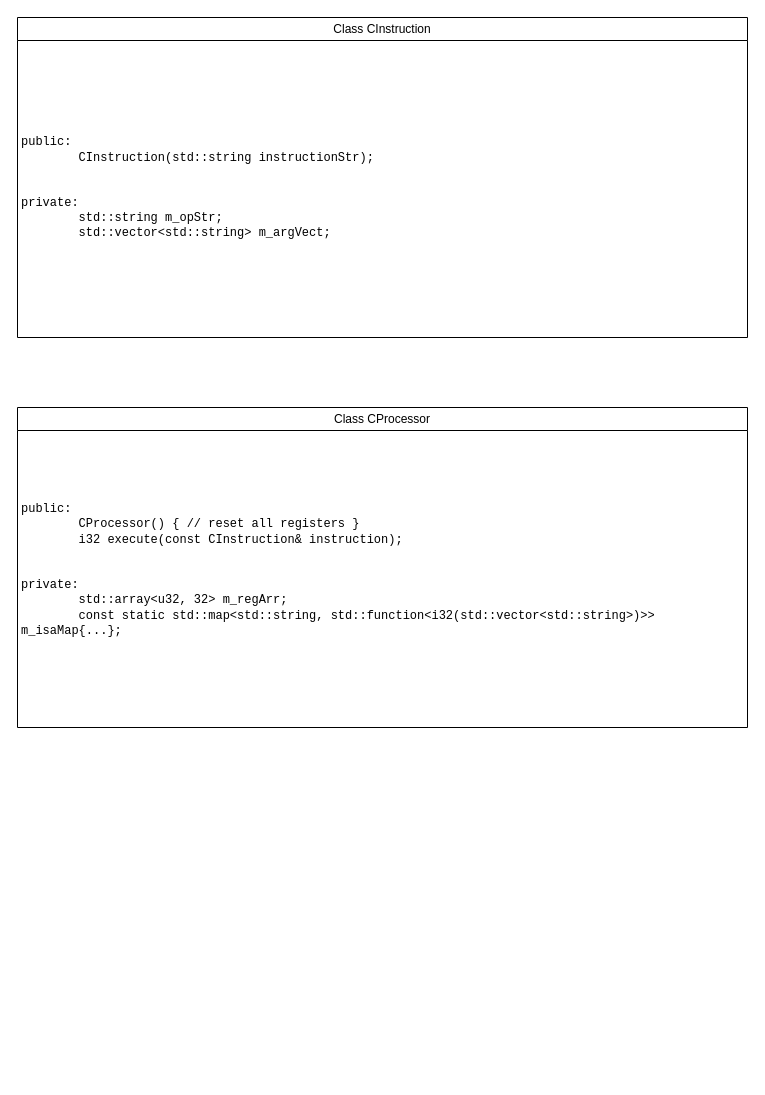
Earlier version of the draw.io diagram diagrams/OOP-architecture.drawio (AliEmad2002/MIPS-EMU). Source tidied: cells renumbered, new cells numbered last; positions are measured from the earlier drawing's top-left corner, leaving out a move shared by most shapes. Both pictures are drawn from the tidied source at 100%, with x=0, y=0 at pixel (17, 17).
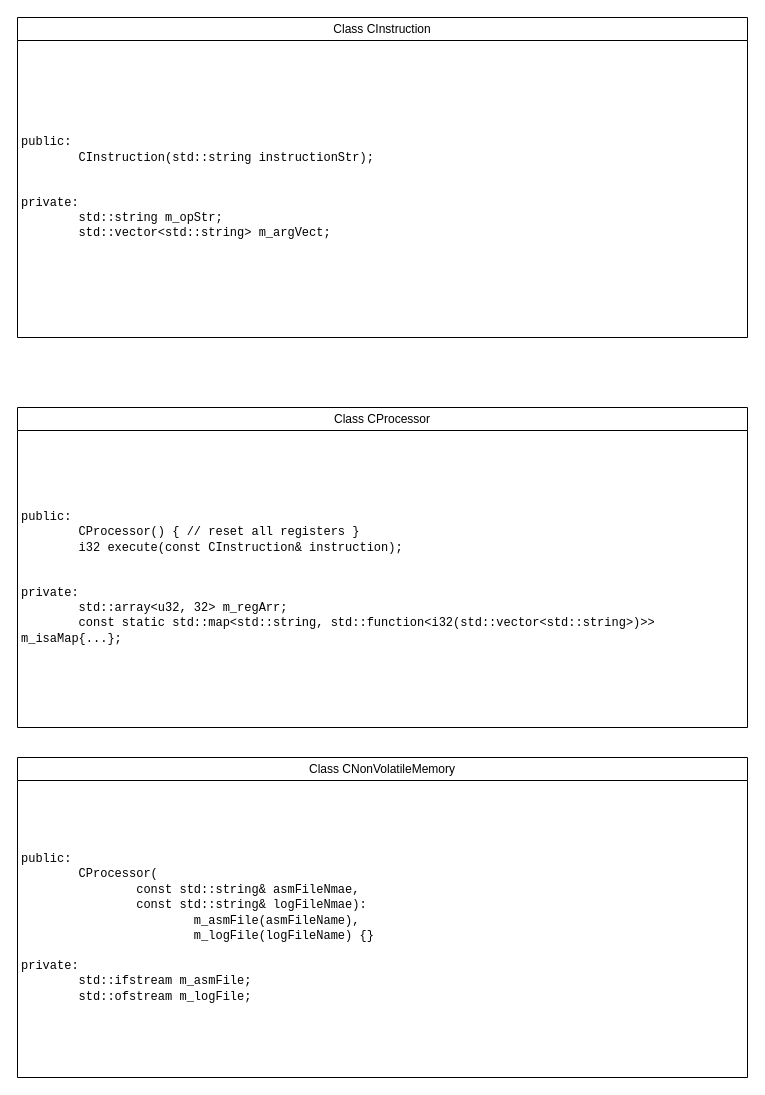
The same diagram, later.

The edit, as a diff of the source:
```diff
@@
 <mxGraphModel>
   <root>
     <mxCell id="0" />
     <mxCell id="1" parent="0" />
     <mxCell id="2" value="&lt;span style=&quot;font-weight: 400;&quot;&gt;Class C&lt;/span&gt;&lt;span style=&quot;font-weight: 400;&quot;&gt;Instruction&lt;/span&gt;" style="swimlane;whiteSpace=wrap;html=1;" parent="1" vertex="1">
       <mxGeometry width="730" height="320" as="geometry" />
     </mxCell>
     <mxCell id="3" value="&lt;font face=&quot;Courier New&quot;&gt;public:&lt;/font&gt;&lt;div&gt;&lt;font face=&quot;Courier New&quot;&gt;&lt;span style=&quot;white-space: pre;&quot;&gt;&#9;&lt;/span&gt;CInstruction(std::string instructionStr);&lt;/font&gt;&lt;/div&gt;&lt;div&gt;&lt;font face=&quot;Courier New&quot;&gt;&lt;br&gt;&lt;/font&gt;&lt;/div&gt;&lt;div&gt;&lt;br&gt;&lt;/div&gt;&lt;div&gt;&lt;font face=&quot;Courier New&quot;&gt;private:&lt;/font&gt;&lt;/div&gt;&lt;div&gt;&lt;font face=&quot;Courier New&quot;&gt;&lt;span style=&quot;white-space: pre;&quot;&gt;&#9;&lt;/span&gt;std::string m_opStr;&lt;/font&gt;&lt;/div&gt;&lt;div&gt;&lt;span style=&quot;font-family: &amp;quot;Courier New&amp;quot;; background-color: transparent; color: light-dark(rgb(0, 0, 0), rgb(255, 255, 255)); white-space: pre;&quot;&gt;&#9;&lt;/span&gt;&lt;span style=&quot;font-family: &amp;quot;Courier New&amp;quot;; background-color: transparent; color: light-dark(rgb(0, 0, 0), rgb(255, 255, 255));&quot;&gt;std::vector&amp;lt;std::string&amp;gt; m_argVect;&lt;/span&gt;&lt;/div&gt;" style="text;html=1;whiteSpace=wrap;strokeColor=none;fillColor=none;align=left;verticalAlign=middle;rounded=0;" parent="2" vertex="1">
       <mxGeometry x="2" y="20" width="728" height="300" as="geometry" />
     </mxCell>
     <mxCell id="4" value="&lt;span style=&quot;font-weight: 400;&quot;&gt;Class CProcessor&lt;/span&gt;" style="swimlane;whiteSpace=wrap;html=1;" parent="1" vertex="1">
       <mxGeometry y="390" width="730" height="320" as="geometry" />
     </mxCell>
-    <mxCell id="5" value="&lt;font face=&quot;Courier New&quot;&gt;public:&lt;/font&gt;&lt;div&gt;&lt;font face=&quot;Courier New&quot;&gt;&lt;span style=&quot;white-space: pre;&quot;&gt;&#9;&lt;/span&gt;CProcessor() { // reset all registers }&lt;/font&gt;&lt;font face=&quot;Courier New&quot;&gt;&lt;br&gt;&lt;/font&gt;&lt;div&gt;&lt;font face=&quot;Courier New&quot;&gt;&lt;span style=&quot;white-space: pre;&quot;&gt;&#9;&lt;/span&gt;i32 execute(const&amp;nbsp;&lt;/font&gt;&lt;span style=&quot;font-family: &amp;quot;Courier New&amp;quot;;&quot;&gt;CInstruction&amp;amp; instruction);&lt;/span&gt;&lt;font face=&quot;Courier New&quot;&gt;&lt;br&gt;&lt;/font&gt;&lt;div&gt;&lt;font face=&quot;Courier New&quot;&gt;&lt;br&gt;&lt;/font&gt;&lt;/div&gt;&lt;div&gt;&lt;br&gt;&lt;/div&gt;&lt;div&gt;&lt;font face=&quot;Courier New&quot;&gt;private:&lt;/font&gt;&lt;/div&gt;&lt;div&gt;&lt;font face=&quot;Courier New&quot;&gt;&lt;span style=&quot;white-space: pre;&quot;&gt;&#9;&lt;/span&gt;std::array&amp;lt;u32, 32&amp;gt; m_regArr;&lt;br&gt;&lt;/font&gt;&lt;/div&gt;&lt;div&gt;&lt;font face=&quot;Courier New&quot; style=&quot;background-color: transparent; color: light-dark(rgb(0, 0, 0), rgb(255, 255, 255));&quot;&gt;&lt;span style=&quot;white-space: pre;&quot;&gt;&#9;&lt;/span&gt;const static std::map&amp;lt;std::string, std::function&amp;lt;i32(&lt;/font&gt;&lt;span style=&quot;background-color: transparent; color: light-dark(rgb(0, 0, 0), rgb(255, 255, 255)); font-family: &amp;quot;Courier New&amp;quot;;&quot;&gt;std::vector&amp;lt;std::string&amp;gt;&lt;/span&gt;&lt;font face=&quot;Courier New&quot; style=&quot;background-color: transparent; color: light-dark(rgb(0, 0, 0), rgb(255, 255, 255));&quot;&gt;)&amp;gt;&amp;gt; m_isaMap{...};&lt;/font&gt;&lt;/div&gt;&lt;/div&gt;&lt;div&gt;&lt;font face=&quot;Courier New&quot; style=&quot;background-color: transparent; color: light-dark(rgb(0, 0, 0), rgb(255, 255, 255));&quot;&gt;&lt;br&gt;&lt;/font&gt;&lt;/div&gt;&lt;/div&gt;" style="text;html=1;whiteSpace=wrap;strokeColor=none;fillColor=none;align=left;verticalAlign=middle;rounded=0;" parent="4" vertex="1">
+    <mxCell id="5" value="&lt;font face=&quot;Courier New&quot;&gt;public:&lt;/font&gt;&lt;div&gt;&lt;font face=&quot;Courier New&quot;&gt;&lt;span style=&quot;white-space: pre;&quot;&gt;&#9;&lt;/span&gt;CProcessor() { // reset all registers }&lt;/font&gt;&lt;font face=&quot;Courier New&quot;&gt;&lt;br&gt;&lt;/font&gt;&lt;div&gt;&lt;font face=&quot;Courier New&quot;&gt;&lt;span style=&quot;white-space: pre;&quot;&gt;&#9;&lt;/span&gt;i32 execute(const&amp;nbsp;&lt;/font&gt;&lt;span style=&quot;font-family: &amp;quot;Courier New&amp;quot;;&quot;&gt;CInstruction&amp;amp; instruction);&lt;/span&gt;&lt;font face=&quot;Courier New&quot;&gt;&lt;br&gt;&lt;/font&gt;&lt;div&gt;&lt;font face=&quot;Courier New&quot;&gt;&lt;br&gt;&lt;/font&gt;&lt;/div&gt;&lt;div&gt;&lt;br&gt;&lt;/div&gt;&lt;div&gt;&lt;font face=&quot;Courier New&quot;&gt;private:&lt;/font&gt;&lt;/div&gt;&lt;div&gt;&lt;font face=&quot;Courier New&quot;&gt;&lt;span style=&quot;white-space: pre;&quot;&gt;&#9;&lt;/span&gt;std::array&amp;lt;u32, 32&amp;gt; m_regArr;&lt;br&gt;&lt;/font&gt;&lt;/div&gt;&lt;div&gt;&lt;font face=&quot;Courier New&quot; style=&quot;background-color: transparent; color: light-dark(rgb(0, 0, 0), rgb(255, 255, 255));&quot;&gt;&lt;span style=&quot;white-space: pre;&quot;&gt;&#9;&lt;/span&gt;const static std::map&amp;lt;std::string, std::function&amp;lt;i32(&lt;/font&gt;&lt;span style=&quot;background-color: transparent; color: light-dark(rgb(0, 0, 0), rgb(255, 255, 255)); font-family: &amp;quot;Courier New&amp;quot;;&quot;&gt;std::vector&amp;lt;std::string&amp;gt;&lt;/span&gt;&lt;font face=&quot;Courier New&quot; style=&quot;background-color: transparent; color: light-dark(rgb(0, 0, 0), rgb(255, 255, 255));&quot;&gt;)&amp;gt;&amp;gt; m_isaMap{...};&lt;/font&gt;&lt;/div&gt;&lt;/div&gt;&lt;/div&gt;" style="text;html=1;whiteSpace=wrap;strokeColor=none;fillColor=none;align=left;verticalAlign=middle;rounded=0;" parent="4" vertex="1">
       <mxGeometry x="2" y="20" width="728" height="300" as="geometry" />
     </mxCell>
+    <mxCell id="6" value="&lt;span style=&quot;font-weight: 400;&quot;&gt;Class CNonVolatileMemory&lt;/span&gt;" style="swimlane;whiteSpace=wrap;html=1;" parent="1" vertex="1">
+      <mxGeometry y="740" width="730" height="320" as="geometry" />
+    </mxCell>
+    <mxCell id="7" value="&lt;font face=&quot;Courier New&quot;&gt;public:&lt;/font&gt;&lt;div&gt;&lt;font face=&quot;Courier New&quot;&gt;&lt;span style=&quot;white-space: pre;&quot;&gt;&#9;&lt;/span&gt;CProcessor(&lt;/font&gt;&lt;/div&gt;&lt;div&gt;&lt;span style=&quot;font-family: &amp;quot;Courier New&amp;quot;; background-color: transparent; color: light-dark(rgb(0, 0, 0), rgb(255, 255, 255));&quot;&gt;&lt;span style=&quot;white-space: pre;&quot;&gt;&#9;&lt;/span&gt;&lt;span style=&quot;white-space: pre;&quot;&gt;&#9;&lt;/span&gt;const std::string&amp;amp; asmFileNmae,&lt;/span&gt;&lt;/div&gt;&lt;div&gt;&lt;span style=&quot;font-family: &amp;quot;Courier New&amp;quot;; background-color: transparent; color: light-dark(rgb(0, 0, 0), rgb(255, 255, 255));&quot;&gt;&lt;span style=&quot;white-space: pre;&quot;&gt;&#9;&lt;/span&gt;&lt;span style=&quot;white-space: pre;&quot;&gt;&#9;&lt;/span&gt;const std::string&amp;amp; logFileNmae):&lt;/span&gt;&lt;/div&gt;&lt;div&gt;&lt;span style=&quot;font-family: &amp;quot;Courier New&amp;quot;; white-space: pre;&quot;&gt;&#9;&lt;/span&gt;&lt;span style=&quot;font-family: &amp;quot;Courier New&amp;quot;; white-space: pre;&quot;&gt;&#9;&lt;/span&gt;&lt;span style=&quot;font-family: &amp;quot;Courier New&amp;quot;; white-space: pre;&quot;&gt;&#9;&lt;/span&gt;&lt;span style=&quot;font-family: &amp;quot;Courier New&amp;quot;;&quot;&gt;m_&lt;/span&gt;&lt;span style=&quot;font-family: &amp;quot;Courier New&amp;quot;; background-color: transparent; color: light-dark(rgb(0, 0, 0), rgb(255, 255, 255));&quot;&gt;asm&lt;/span&gt;&lt;span style=&quot;font-family: &amp;quot;Courier New&amp;quot;; background-color: transparent; color: light-dark(rgb(0, 0, 0), rgb(255, 255, 255));&quot;&gt;File(asmFileName),&lt;/span&gt;&lt;/div&gt;&lt;div&gt;&lt;span style=&quot;font-family: &amp;quot;Courier New&amp;quot;; background-color: transparent; color: light-dark(rgb(0, 0, 0), rgb(255, 255, 255));&quot;&gt;&lt;span style=&quot;white-space: pre;&quot;&gt;&#9;&lt;/span&gt;&lt;span style=&quot;white-space: pre;&quot;&gt;&#9;&lt;/span&gt;&lt;span style=&quot;white-space: pre;&quot;&gt;&#9;&lt;/span&gt;m_logFile(logFileName) {}&lt;/span&gt;&lt;/div&gt;&lt;div&gt;&lt;div&gt;&lt;div&gt;&lt;br&gt;&lt;/div&gt;&lt;div&gt;&lt;font face=&quot;Courier New&quot;&gt;private:&lt;/font&gt;&lt;/div&gt;&lt;/div&gt;&lt;div&gt;&lt;font face=&quot;Courier New&quot;&gt;&lt;span style=&quot;white-space: pre;&quot;&gt;&#9;&lt;/span&gt;std::ifstream m_asmFile;&lt;br&gt;&lt;/font&gt;&lt;/div&gt;&lt;div&gt;&lt;font face=&quot;Courier New&quot; style=&quot;background-color: transparent; color: light-dark(rgb(0, 0, 0), rgb(255, 255, 255));&quot;&gt;&lt;span style=&quot;white-space: pre;&quot;&gt;&#9;&lt;/span&gt;std::ofstream m_logFile;&lt;br&gt;&lt;/font&gt;&lt;/div&gt;&lt;/div&gt;" style="text;html=1;whiteSpace=wrap;strokeColor=none;fillColor=none;align=left;verticalAlign=middle;rounded=0;" parent="6" vertex="1">
+      <mxGeometry x="2" y="20" width="728" height="300" as="geometry" />
+    </mxCell>
   </root>
 </mxGraphModel>
```
